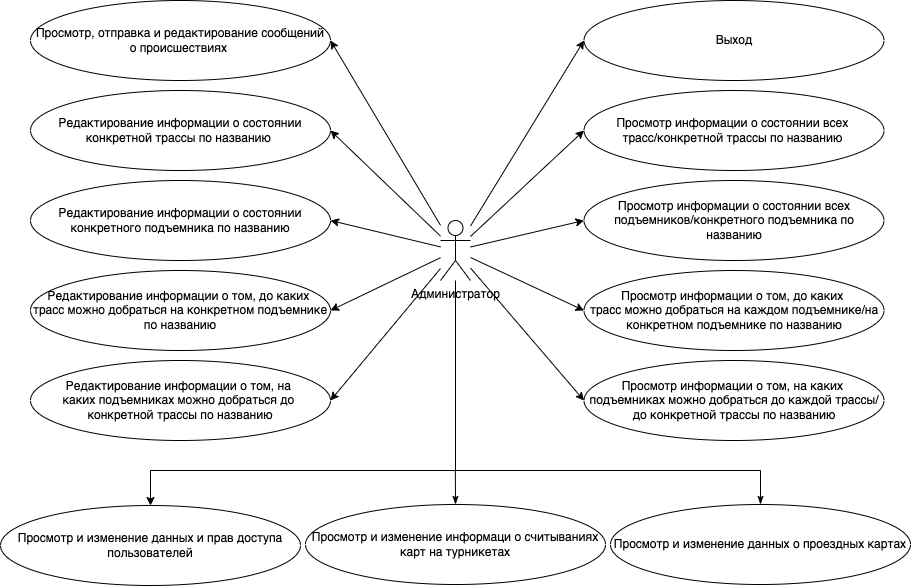
Before: docs/imgs/use_case/use-case4.png, a diagram exported from draw.io (alena-zayts/BMSTU_6sem_software_design). Source tidied: cells renumbered, new cells last; positions are measured from the earlier drawing's top-left corner, leaving out a move shared by most shapes.
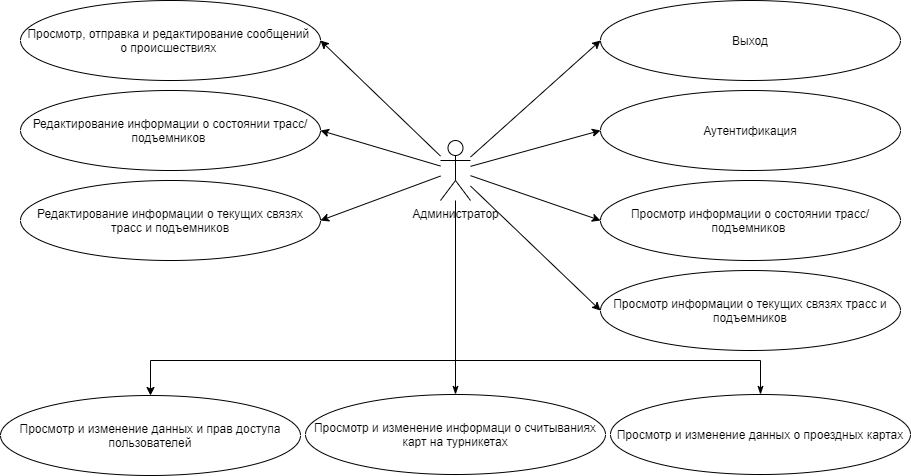
Later version of the same file.

The edit, as a diff of the source:
```diff
@@ -2,99 +2,88 @@
   <root>
     <mxCell id="0" />
     <mxCell id="1" parent="0" />
-    <mxCell id="2" style="rounded=0;jettySize=auto;html=1;entryX=0;entryY=0.5;entryDx=0;entryDy=0;" parent="1" edge="1" source="13" target="16">
-      <mxGeometry relative="1" as="geometry" />
-    </mxCell>
     <mxCell id="3" style="edgeStyle=none;rounded=0;jettySize=auto;html=1;entryX=1;entryY=0.5;entryDx=0;entryDy=0;" parent="1" edge="1" source="13" target="14">
       <mxGeometry relative="1" as="geometry" />
     </mxCell>
-    <mxCell id="4" style="edgeStyle=none;rounded=0;jettySize=auto;html=1;entryX=0;entryY=0.5;entryDx=0;entryDy=0;" parent="1" edge="1" source="13" target="15">
-      <mxGeometry relative="1" as="geometry" />
-    </mxCell>
-    <mxCell id="5" style="edgeStyle=none;rounded=0;jettySize=auto;html=1;entryX=0;entryY=0.5;entryDx=0;entryDy=0;" parent="1" edge="1" source="13" target="17">
-      <mxGeometry relative="1" as="geometry" />
-    </mxCell>
-    <mxCell id="6" style="edgeStyle=none;rounded=0;jettySize=auto;html=1;entryX=0;entryY=0.5;entryDx=0;entryDy=0;" parent="1" edge="1" source="13" target="18">
-      <mxGeometry relative="1" as="geometry" />
-    </mxCell>
-    <mxCell id="7" style="edgeStyle=none;rounded=0;jettySize=auto;html=1;entryX=0;entryY=0.5;entryDx=0;entryDy=0;" parent="1" edge="1" source="13" target="19">
-      <mxGeometry relative="1" as="geometry" />
-    </mxCell>
-    <mxCell id="8" style="edgeStyle=none;rounded=0;jettySize=auto;html=1;entryX=1;entryY=0.5;entryDx=0;entryDy=0;" parent="1" edge="1" source="13" target="20">
-      <mxGeometry relative="1" as="geometry" />
-    </mxCell>
-    <mxCell id="9" style="edgeStyle=none;rounded=0;jettySize=auto;html=1;entryX=1;entryY=0.5;entryDx=0;entryDy=0;" parent="1" edge="1" source="13" target="21">
-      <mxGeometry relative="1" as="geometry" />
-    </mxCell>
-    <mxCell id="10" style="edgeStyle=none;rounded=0;jettySize=auto;html=1;entryX=1;entryY=0.5;entryDx=0;entryDy=0;" parent="1" edge="1" source="13" target="22">
-      <mxGeometry relative="1" as="geometry" />
-    </mxCell>
-    <mxCell id="11" style="edgeStyle=none;rounded=0;jettySize=auto;html=1;entryX=1;entryY=0.5;entryDx=0;entryDy=0;" parent="1" edge="1" source="13" target="23">
-      <mxGeometry relative="1" as="geometry" />
-    </mxCell>
-    <mxCell id="12" style="rounded=0;jettySize=auto;html=1;entryX=0.5;entryY=0;entryDx=0;entryDy=0;edgeStyle=orthogonalEdgeStyle;" parent="1" edge="1" target="24">
-      <mxGeometry relative="1" as="geometry">
-        <mxPoint x="455" y="280" as="sourcePoint" />
-        <Array as="points">
-          <mxPoint x="455" y="470" />
-          <mxPoint x="150" y="470" />
-        </Array>
-      </mxGeometry>
-    </mxCell>
+    <mxCell id="29" style="edgeStyle=none;rounded=0;jettySize=auto;html=1;entryX=1;entryY=0.5;entryDx=0;entryDy=0;" parent="1" edge="1" source="13" target="31">
+      <mxGeometry relative="1" as="geometry" />
+    </mxCell>
+    <mxCell id="30" style="edgeStyle=none;rounded=0;jettySize=auto;html=1;entryX=1;entryY=0.5;entryDx=0;entryDy=0;" parent="1" edge="1" source="13" target="32">
+      <mxGeometry relative="1" as="geometry" />
+    </mxCell>
     <mxCell id="13" value="Администратор" style="shape=umlActor;verticalLabelPosition=bottom;verticalAlign=top;html=1;outlineConnect=0;" parent="1" vertex="1">
-      <mxGeometry x="440" y="220" width="30" height="60" as="geometry" />
+      <mxGeometry x="-470" y="150" width="30" height="60" as="geometry" />
     </mxCell>
-    <mxCell id="14" value="Просмотр, отправка и редактирование сообщений о происшествиях&amp;nbsp;" style="ellipse;whiteSpace=wrap;html=1;" parent="1" vertex="1">
-      <mxGeometry x="30" width="300" height="80" as="geometry" />
+    <mxCell id="14" value="Просмотр, отправка и редактирование сообщений &lt;br&gt;о происшествиях&amp;nbsp;" style="ellipse;whiteSpace=wrap;html=1;" parent="1" vertex="1">
+      <mxGeometry x="-890" y="10" width="300" height="80" as="geometry" />
     </mxCell>
-    <mxCell id="15" value="Просмотр информации о состоянии всех &lt;br&gt;трасс/конкретной трассы по названию&amp;nbsp;" style="ellipse;whiteSpace=wrap;html=1;" parent="1" vertex="1">
-      <mxGeometry x="583.5" y="90" width="300" height="80" as="geometry" />
-    </mxCell>
+    <mxCell id="31" value="Редактирование информации о состоянии трасс/подъемников&amp;nbsp;" style="ellipse;whiteSpace=wrap;html=1;" parent="1" vertex="1">
+      <mxGeometry x="-890" y="100" width="300" height="80" as="geometry" />
+    </mxCell>
+    <mxCell id="32" value="Редактирование&amp;nbsp;информации о текущих связях трасс и подъемников" style="ellipse;whiteSpace=wrap;html=1;" parent="1" vertex="1">
+      <mxGeometry x="-890" y="190" width="300" height="80" as="geometry" />
+    </mxCell>
+    <mxCell id="33" style="rounded=0;jettySize=auto;html=1;entryX=0;entryY=0.5;entryDx=0;entryDy=0;" parent="1" edge="1" target="16">
+      <mxGeometry relative="1" as="geometry">
+        <mxPoint x="-440" y="166.6" as="sourcePoint" />
+      </mxGeometry>
+    </mxCell>
+    <mxCell id="34" style="edgeStyle=none;rounded=0;jettySize=auto;html=1;entryX=0;entryY=0.5;entryDx=0;entryDy=0;" parent="1" edge="1" target="37">
+      <mxGeometry relative="1" as="geometry">
+        <mxPoint x="-440" y="175.9" as="sourcePoint" />
+      </mxGeometry>
+    </mxCell>
+    <mxCell id="35" style="edgeStyle=none;rounded=0;jettySize=auto;html=1;entryX=0;entryY=0.5;entryDx=0;entryDy=0;" parent="1" edge="1" target="38">
+      <mxGeometry relative="1" as="geometry">
+        <mxPoint x="-440" y="185.2" as="sourcePoint" />
+      </mxGeometry>
+    </mxCell>
+    <mxCell id="36" style="edgeStyle=none;rounded=0;jettySize=auto;html=1;entryX=0;entryY=0.5;entryDx=0;entryDy=0;" parent="1" edge="1" target="39">
+      <mxGeometry relative="1" as="geometry">
+        <mxPoint x="-440" y="195.5" as="sourcePoint" />
+      </mxGeometry>
+    </mxCell>
     <mxCell id="16" value="Выход" style="ellipse;whiteSpace=wrap;html=1;" parent="1" vertex="1">
-      <mxGeometry x="583.5" width="300" height="80" as="geometry" />
+      <mxGeometry x="-310" y="10" width="300" height="80" as="geometry" />
     </mxCell>
-    <mxCell id="17" value="Просмотр информации о состоянии всех подъемников/конкретного подъемника по названию" style="ellipse;whiteSpace=wrap;html=1;" parent="1" vertex="1">
-      <mxGeometry x="583.5" y="180" width="300" height="80" as="geometry" />
-    </mxCell>
-    <mxCell id="18" value="Просмотр информации о том, до каких &lt;br&gt;трасс можно добраться на каждом подъемнике/на конкретном подъемнике по названию" style="ellipse;whiteSpace=wrap;html=1;" parent="1" vertex="1">
-      <mxGeometry x="583.5" y="270" width="300" height="80" as="geometry" />
-    </mxCell>
-    <mxCell id="19" value="Просмотр информации о том, на каких &lt;br&gt;подъемниках можно добраться до каждой трассы/до конкретной трассы по названию" style="ellipse;whiteSpace=wrap;html=1;" parent="1" vertex="1">
-      <mxGeometry x="583.5" y="360" width="300" height="80" as="geometry" />
-    </mxCell>
-    <mxCell id="20" value="Редактирование информации о состоянии конкретной трассы по названию&amp;nbsp;" style="ellipse;whiteSpace=wrap;html=1;" parent="1" vertex="1">
-      <mxGeometry x="30" y="90" width="300" height="80" as="geometry" />
-    </mxCell>
-    <mxCell id="21" value="Редактирование информации о состоянии конкретного подъемника по названию" style="ellipse;whiteSpace=wrap;html=1;" parent="1" vertex="1">
-      <mxGeometry x="30" y="180" width="300" height="80" as="geometry" />
-    </mxCell>
-    <mxCell id="22" value="Редактирование информации о том, до каких &lt;br&gt;трасс можно добраться на конкретном подъемнике по названию" style="ellipse;whiteSpace=wrap;html=1;" parent="1" vertex="1">
-      <mxGeometry x="30" y="270" width="300" height="80" as="geometry" />
-    </mxCell>
-    <mxCell id="23" value="Редактирование информации о том, на &lt;br&gt;каких подъемниках можно добраться до &lt;br&gt;конкретной трассы по названию" style="ellipse;whiteSpace=wrap;html=1;" parent="1" vertex="1">
-      <mxGeometry x="30" y="360" width="300" height="80" as="geometry" />
-    </mxCell>
+    <mxCell id="37" value="Аутентификация" style="ellipse;whiteSpace=wrap;html=1;" parent="1" vertex="1">
+      <mxGeometry x="-310" y="100" width="300" height="80" as="geometry" />
+    </mxCell>
+    <mxCell id="38" value="Просмотр информации о состоянии трасс/подъемников&amp;nbsp;" style="ellipse;whiteSpace=wrap;html=1;" parent="1" vertex="1">
+      <mxGeometry x="-310" y="190" width="300" height="80" as="geometry" />
+    </mxCell>
+    <mxCell id="39" value="Просмотр информации о текущих связях трасс и подъемников" style="ellipse;whiteSpace=wrap;html=1;" parent="1" vertex="1">
+      <mxGeometry x="-310" y="280" width="300" height="80" as="geometry" />
+    </mxCell>
+    <mxCell id="40" style="rounded=0;jettySize=auto;html=1;entryX=0.5;entryY=0;entryDx=0;entryDy=0;edgeStyle=orthogonalEdgeStyle;" parent="1" edge="1" source="13" target="24">
+      <mxGeometry relative="1" as="geometry">
+        <Array as="points">
+          <mxPoint x="-455" y="370" />
+          <mxPoint x="-760" y="370" />
+        </Array>
+      </mxGeometry>
+    </mxCell>
     <mxCell id="24" value="Просмотр и изменение данных и прав доступа пользователей" style="ellipse;whiteSpace=wrap;html=1;" parent="1" vertex="1">
-      <mxGeometry y="505" width="300" height="80" as="geometry" />
+      <mxGeometry x="-910" y="405" width="300" height="80" as="geometry" />
     </mxCell>
-    <mxCell id="25" style="edgeStyle=orthogonalEdgeStyle;rounded=0;jettySize=auto;html=1;exitX=0.5;exitY=0;exitDx=0;exitDy=0;startArrow=classicThin;startFill=1;endArrow=none;endFill=0;" parent="1" edge="1" source="26">
-      <mxGeometry relative="1" as="geometry">
-        <mxPoint x="454.8" y="470" as="targetPoint" />
-      </mxGeometry>
-    </mxCell>
+    <mxCell id="41" style="edgeStyle=orthogonalEdgeStyle;rounded=0;jettySize=auto;html=1;startArrow=classicThin;startFill=1;endArrow=none;endFill=0;" parent="1" edge="1" source="26">
+      <mxGeometry relative="1" as="geometry">
+        <mxPoint x="-455" y="370" as="targetPoint" />
+      </mxGeometry>
+    </mxCell>
     <mxCell id="26" value="Просмотр и изменение информаци о считываниях карт на турникетах" style="ellipse;whiteSpace=wrap;html=1;" parent="1" vertex="1">
-      <mxGeometry x="305" y="504" width="300" height="80" as="geometry" />
+      <mxGeometry x="-605" y="404" width="300" height="80" as="geometry" />
     </mxCell>
-    <mxCell id="27" style="edgeStyle=orthogonalEdgeStyle;rounded=0;jettySize=auto;html=1;exitX=0.5;exitY=0;exitDx=0;exitDy=0;endArrow=none;endFill=0;startArrow=classicThin;startFill=1;" parent="1" edge="1" source="28">
-      <mxGeometry relative="1" as="geometry">
-        <mxPoint x="450" y="470" as="targetPoint" />
-        <Array as="points">
-          <mxPoint x="760" y="470" />
-        </Array>
-      </mxGeometry>
-    </mxCell>
+    <mxCell id="42" style="edgeStyle=orthogonalEdgeStyle;rounded=0;jettySize=auto;html=1;exitX=0.5;exitY=0;exitDx=0;exitDy=0;endArrow=none;endFill=0;startArrow=classicThin;startFill=1;" parent="1" edge="1" source="28">
+      <mxGeometry relative="1" as="geometry">
+        <mxPoint x="-460" y="370" as="targetPoint" />
+        <Array as="points">
+          <mxPoint x="-150" y="370" />
+        </Array>
+      </mxGeometry>
+    </mxCell>
     <mxCell id="28" value="Просмотр и изменение данных о проездных картах" style="ellipse;whiteSpace=wrap;html=1;" parent="1" vertex="1">
-      <mxGeometry x="610" y="504" width="300" height="80" as="geometry" />
+      <mxGeometry x="-300" y="404" width="300" height="80" as="geometry" />
     </mxCell>
   </root>
 </mxGraphModel>
```
